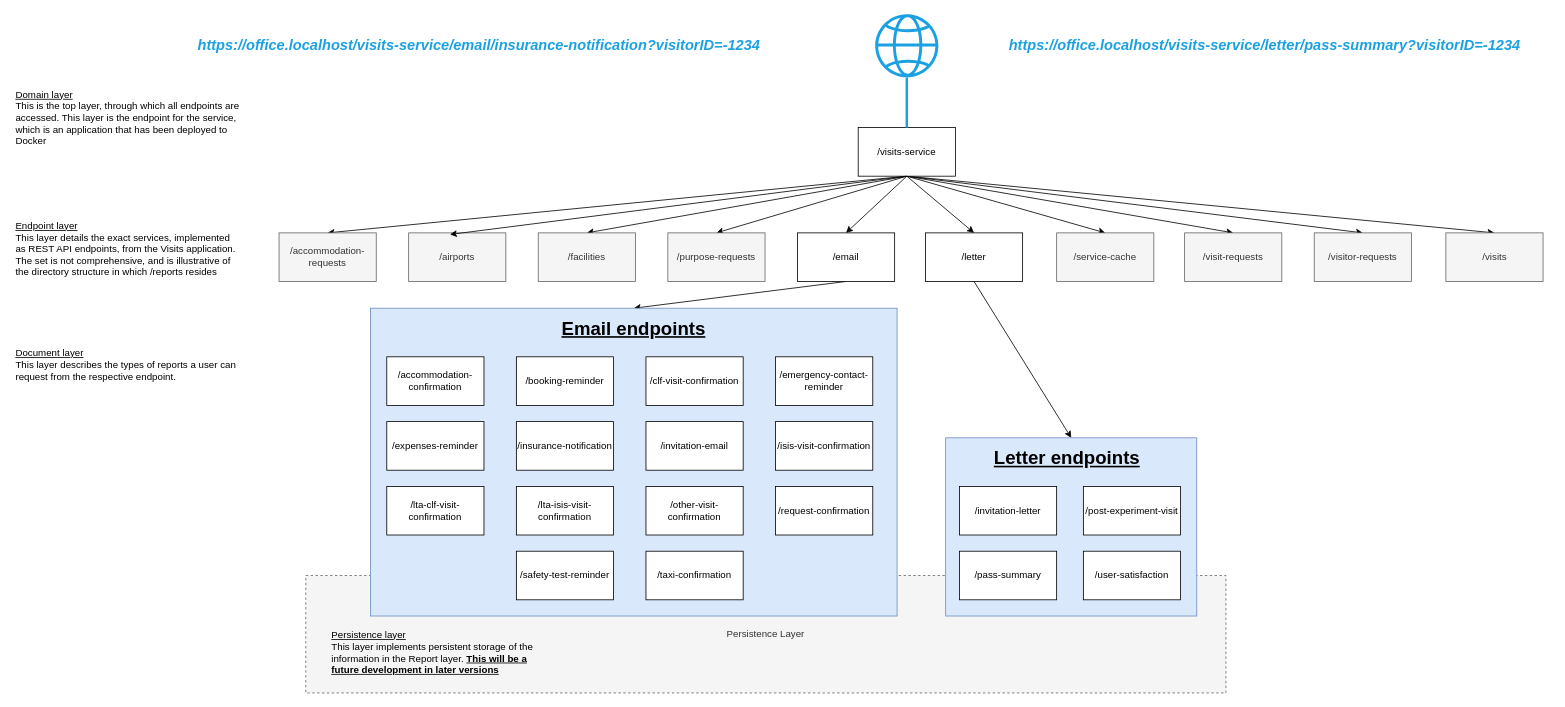
Above: Service URL hierarchy.drawio in ambolt314/FinalProjectDesign (draw.io), before the change. Source tidied: cells renumbered, new cells numbered last; positions are measured from the earlier drawing's top-left corner, leaving out a move shared by most shapes. Both pictures are drawn from the tidied source at 81%, with x=0, y=0 at pixel (14, 14).
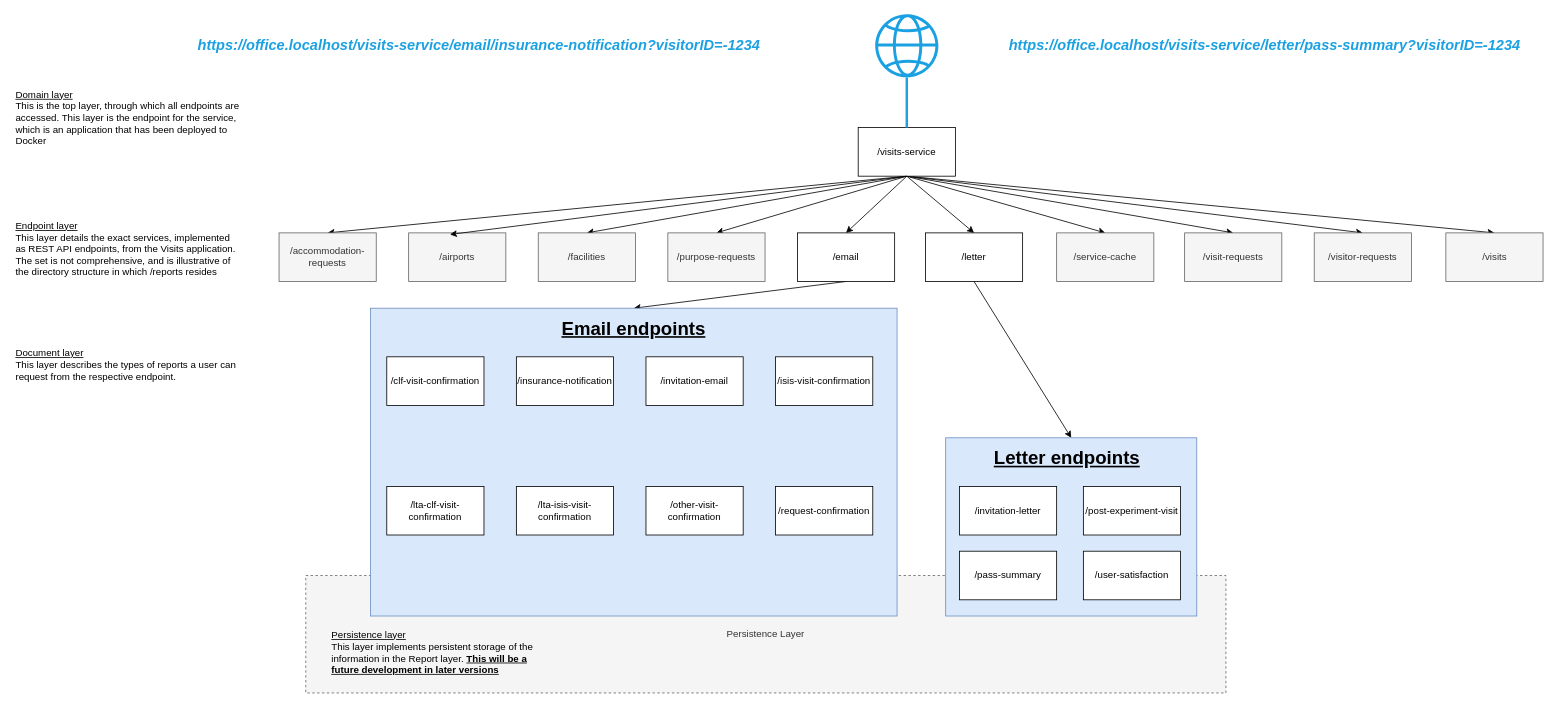
The same diagram, later.

Commit message:
Removed unimplemented emails

Unchanged cells that the change refers to:
```xml
<mxCell id="34" style="group;" parent="1" vertex="1">
  <mxGeometry x="440" y="363" width="650" height="380" as="geometry" />
</mxCell>
```

Change to the diagram source:
```diff
@@
-    <mxCell id="36" value="/taxi-confirmation" style="rounded=0;whiteSpace=wrap;html=1;" parent="34" vertex="1">
-      <mxGeometry x="340" y="300" width="120" height="60" as="geometry" />
-    </mxCell>
@@
-    <mxCell id="38" value="/booking-reminder" style="rounded=0;whiteSpace=wrap;html=1;" parent="34" vertex="1">
-      <mxGeometry x="180" y="60" width="120" height="60" as="geometry" />
-    </mxCell>
-    <mxCell id="39" value="/accommodation-confirmation" style="rounded=0;whiteSpace=wrap;html=1;" parent="34" vertex="1">
-      <mxGeometry x="20" y="60" width="120" height="60" as="geometry" />
-    </mxCell>
-    <mxCell id="40" value="/safety-test-reminder" style="rounded=0;whiteSpace=wrap;html=1;" parent="34" vertex="1">
-      <mxGeometry x="180" y="300" width="120" height="60" as="geometry" />
-    </mxCell>
-    <mxCell id="41" value="/expenses-reminder" style="rounded=0;whiteSpace=wrap;html=1;" parent="34" vertex="1">
-      <mxGeometry x="20" y="140" width="120" height="60" as="geometry" />
-    </mxCell>
-    <mxCell id="42" value="/emergency-contact-reminder" style="rounded=0;whiteSpace=wrap;html=1;" parent="34" vertex="1">
-      <mxGeometry x="500" y="60" width="120" height="60" as="geometry" />
-    </mxCell>
     <mxCell id="43" value="/clf-visit-confirmation" style="rounded=0;whiteSpace=wrap;html=1;" parent="34" vertex="1">
-      <mxGeometry x="340" y="60" width="120" height="60" as="geometry" />
+      <mxGeometry x="20" y="60" width="120" height="60" as="geometry" />
     </mxCell>
     <mxCell id="44" value="/insurance-notification" style="rounded=0;whiteSpace=wrap;html=1;" parent="34" vertex="1">
-      <mxGeometry x="180" y="140" width="120" height="60" as="geometry" />
+      <mxGeometry x="180" y="60" width="120" height="60" as="geometry" />
     </mxCell>
     <mxCell id="45" value="/invitation-email" style="rounded=0;whiteSpace=wrap;html=1;" parent="34" vertex="1">
-      <mxGeometry x="340" y="140" width="120" height="60" as="geometry" />
+      <mxGeometry x="340" y="60" width="120" height="60" as="geometry" />
     </mxCell>
     <mxCell id="46" value="/isis-visit-confirmation" style="rounded=0;whiteSpace=wrap;html=1;" parent="34" vertex="1">
-      <mxGeometry x="500" y="140" width="120" height="60" as="geometry" />
+      <mxGeometry x="500" y="60" width="120" height="60" as="geometry" />
     </mxCell>
```
